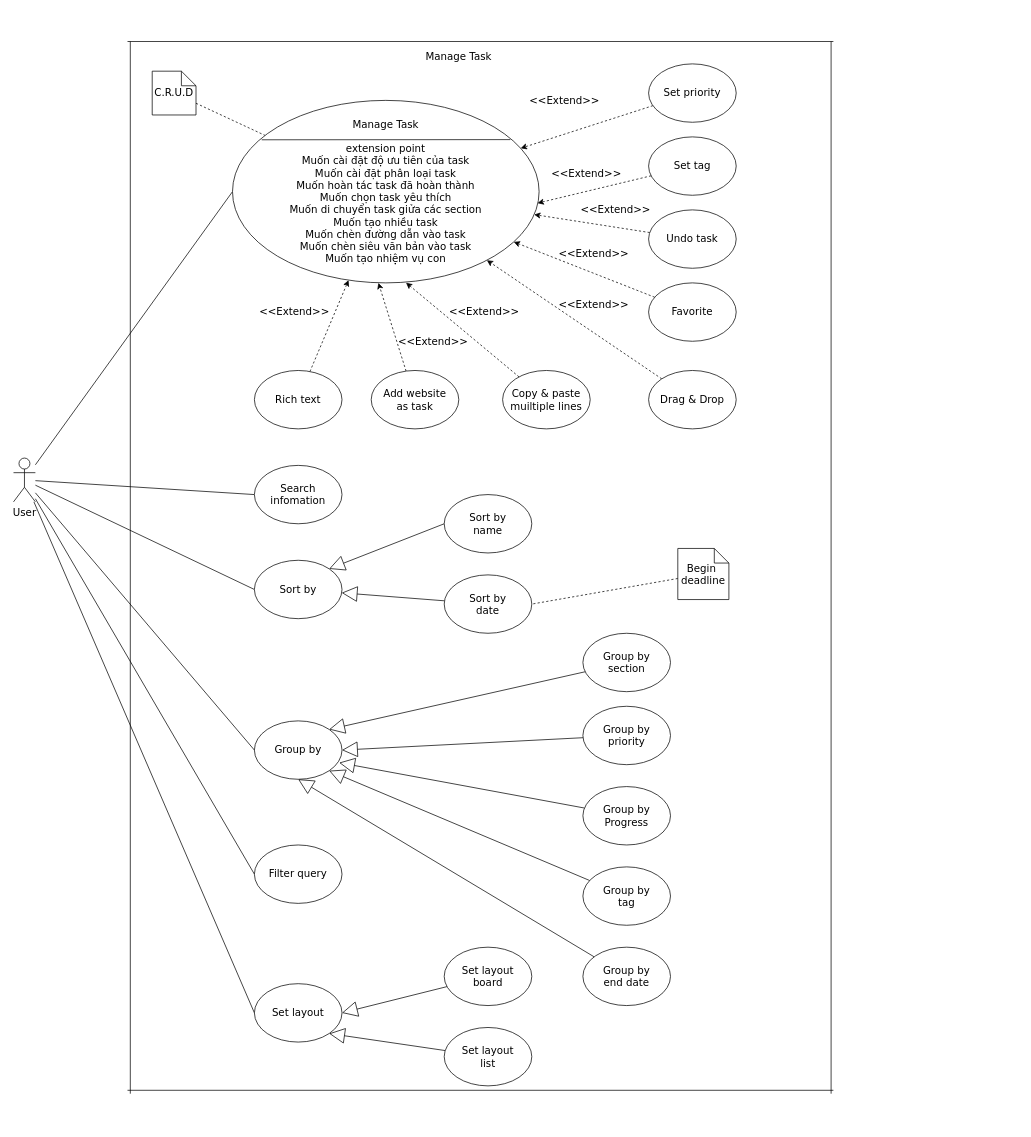
The draw.io diagram ToDoApp-Doc/Document/Diagram/UseCase/ManagementTask/ManagementTask UseCase.drawio in Merevoli-DatLuu/To-Do-App, before the edit. Source tidied: cells renumbered, new cells numbered last; positions are measured from the earlier drawing's top-left corner, leaving out a move shared by most shapes. Both pictures are drawn from the tidied source at 73%, with x=0, y=0 at pixel (-45, 42).
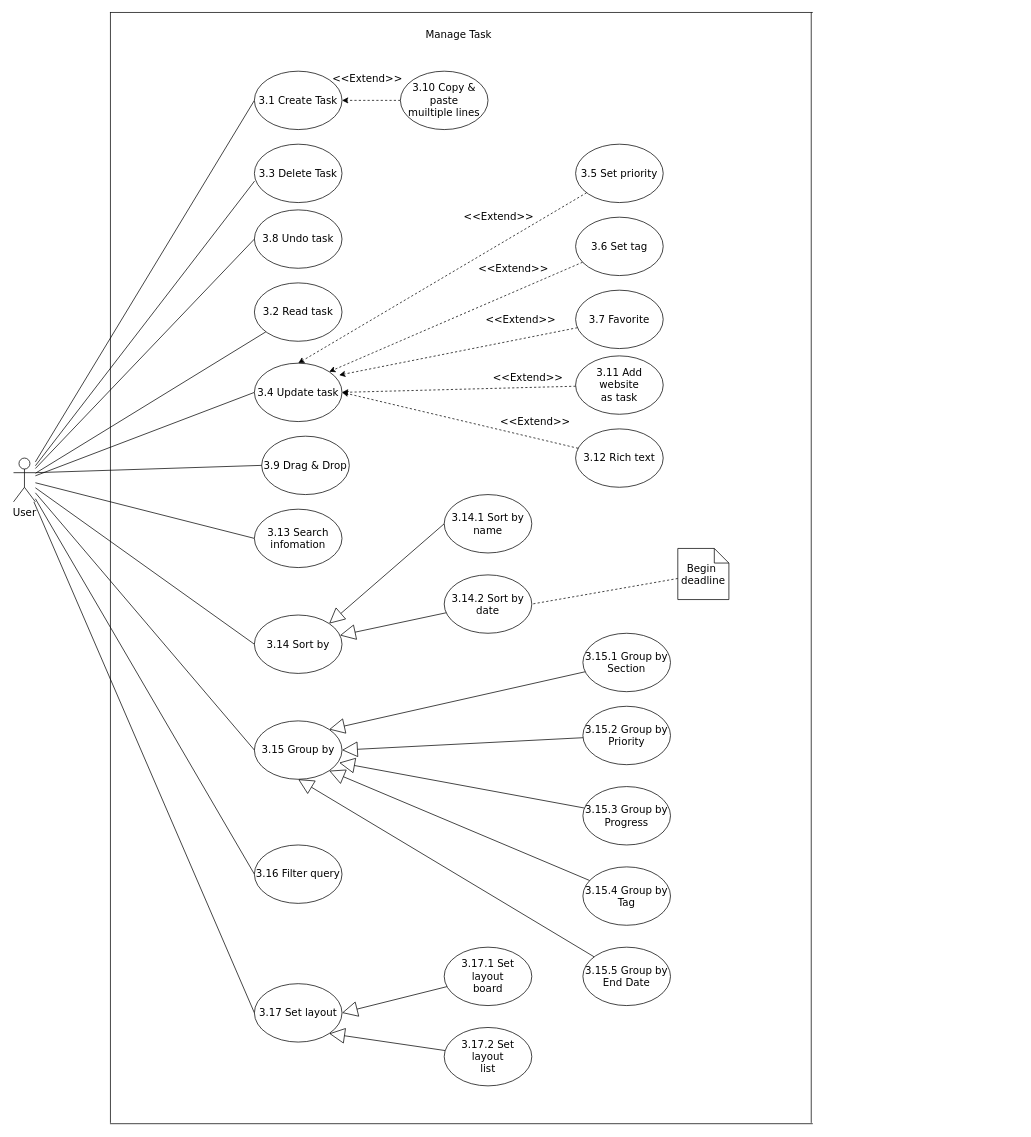
The same page after the edit.

Commit message (it also covers changes not shown here):
[Document, Modified] : ManagementTask UseCase Diagram

The change refers to these unchanged cells:
```xml
<mxCell id="8" value="User" style="shape=umlActor;verticalLabelPosition=bottom;verticalAlign=top;html=1;outlineConnect=0;fontSize=14;fontFamily=Verdana;" parent="1" vertex="1">
  <mxGeometry x="79" y="570" width="30" height="60" as="geometry" />
</mxCell>
```

The edit, as a diff of the source:
```diff
@@
-    <mxCell id="2" style="edgeStyle=none;rounded=0;jettySize=auto;html=1;entryX=0;entryY=0.5;entryDx=0;entryDy=0;endArrow=none;endFill=0;fontSize=14;fontFamily=Verdana;" parent="1" edge="1" source="8" target="14">
+    <mxCell id="2" style="edgeStyle=none;rounded=0;jettySize=auto;html=1;entryX=0;entryY=0.5;entryDx=0;entryDy=0;endArrow=none;endFill=0;fontSize=14;fontFamily=Verdana;" parent="1" edge="1" source="8" target="71">
       <mxGeometry relative="1" as="geometry" />
     </mxCell>
@@
+    <mxCell id="66" style="rounded=0;jettySize=auto;html=1;entryX=0.002;entryY=0.632;entryDx=0;entryDy=0;entryPerimeter=0;endArrow=none;endFill=0;" parent="1" edge="1" source="8" target="72">
+      <mxGeometry relative="1" as="geometry" />
+    </mxCell>
+    <mxCell id="67" style="edgeStyle=none;rounded=0;jettySize=auto;html=1;entryX=0;entryY=0.5;entryDx=0;entryDy=0;endArrow=none;endFill=0;" parent="1" edge="1" source="8" target="21">
+      <mxGeometry relative="1" as="geometry" />
+    </mxCell>
+    <mxCell id="68" style="edgeStyle=none;rounded=0;jettySize=auto;html=1;entryX=0;entryY=0.5;entryDx=0;entryDy=0;endArrow=none;endFill=0;" parent="1" edge="1" source="8" target="73">
+      <mxGeometry relative="1" as="geometry" />
+    </mxCell>
@@
-    <mxCell id="9" style="rounded=0;jettySize=auto;html=1;fontSize=14;endArrow=none;endFill=0;dashed=1;fontFamily=Verdana;" parent="1" edge="1" source="10" target="14">
-      <mxGeometry relative="1" as="geometry" />
-    </mxCell>
-    <mxCell id="10" value="C.R.U.D" style="shape=note;size=20;whiteSpace=wrap;html=1;fontSize=14;fontFamily=Verdana;" parent="1" vertex="1">
-      <mxGeometry x="269" y="40" width="60" height="60" as="geometry" />
-    </mxCell>
-    <mxCell id="11" style="shape=partialRectangle;whiteSpace=wrap;html=1;top=0;bottom=0;fillColor=none;fontSize=14;fontFamily=Verdana;" parent="1" vertex="1">
-      <mxGeometry x="239" width="960" height="1440" as="geometry" />
-    </mxCell>
-    <mxCell id="12" style="shape=partialRectangle;whiteSpace=wrap;html=1;top=0;bottom=0;fillColor=none;rotation=90;fontSize=14;fontFamily=Verdana;" parent="1" vertex="1">
-      <mxGeometry x="0.3" y="234.9" width="1436.7" height="965.6" as="geometry" />
-    </mxCell>
-    <mxCell id="13" style="group;fontFamily=Verdana;fontSize=14;" parent="1" vertex="1">
-      <mxGeometry x="379" y="80" width="420" height="250" as="geometry" />
-    </mxCell>
-    <mxCell id="14" value="Manage Task&lt;br style=&quot;font-size: 14px;&quot;&gt;&lt;br style=&quot;font-size: 14px;&quot;&gt;extension point&lt;br style=&quot;font-size: 14px;&quot;&gt;Muốn cài đặt độ ưu tiên của task&lt;br style=&quot;font-size: 14px;&quot;&gt;Muốn cài đặt phân loại task&lt;br style=&quot;font-size: 14px;&quot;&gt;Muốn hoàn tác task đã hoàn thành&lt;br style=&quot;font-size: 14px;&quot;&gt;Muốn chọn task yêu thích&lt;br style=&quot;font-size: 14px;&quot;&gt;Muốn di chuyển task giửa các section&lt;br style=&quot;font-size: 14px;&quot;&gt;Muốn tạo nhiều task&lt;br style=&quot;font-size: 14px;&quot;&gt;Muốn chèn đường dẫn vào task&lt;br style=&quot;font-size: 14px;&quot;&gt;Muốn chèn siêu văn bản vào task&lt;br style=&quot;font-size: 14px;&quot;&gt;Muốn tạo nhiệm vụ con" style="ellipse;whiteSpace=wrap;html=1;fontSize=14;fontFamily=Verdana;" parent="13" vertex="1">
-      <mxGeometry width="420" height="250" as="geometry" />
-    </mxCell>
-    <mxCell id="15" style="endArrow=none;html=1;entryX=0.906;entryY=0.215;entryDx=0;entryDy=0;entryPerimeter=0;fontSize=14;fontFamily=Verdana;" parent="13" edge="1" target="14">
-      <mxGeometry relative="1" as="geometry">
-        <mxPoint x="40" y="54" as="sourcePoint" />
-      </mxGeometry>
-    </mxCell>
-    <mxCell id="16" style="edgeStyle=none;rounded=0;jettySize=auto;html=1;dashed=1;endArrow=classic;endFill=1;fontSize=14;fontFamily=Verdana;" parent="1" edge="1" source="17" target="14">
+    <mxCell id="16" style="edgeStyle=none;rounded=0;jettySize=auto;html=1;dashed=1;endArrow=classic;endFill=1;fontSize=14;fontFamily=Verdana;entryX=0.5;entryY=0;entryDx=0;entryDy=0;" parent="1" edge="1" source="17" target="73">
       <mxGeometry relative="1" as="geometry" />
     </mxCell>
-    <mxCell id="17" value="Set priority" style="ellipse;whiteSpace=wrap;html=1;fontSize=14;fontFamily=Verdana;" parent="1" vertex="1">
-      <mxGeometry x="949" y="30" width="120" height="80" as="geometry" />
+    <mxCell id="17" value="3.5 Set priority" style="ellipse;whiteSpace=wrap;html=1;fontSize=14;fontFamily=Verdana;" parent="1" vertex="1">
+      <mxGeometry x="849" y="140" width="120" height="80" as="geometry" />
     </mxCell>
-    <mxCell id="18" style="edgeStyle=none;rounded=0;jettySize=auto;html=1;entryX=0.995;entryY=0.563;entryDx=0;entryDy=0;entryPerimeter=0;dashed=1;endArrow=classic;endFill=1;fontSize=14;fontFamily=Verdana;" parent="1" edge="1" source="19" target="14">
+    <mxCell id="18" style="edgeStyle=none;rounded=0;jettySize=auto;html=1;entryX=1;entryY=0;entryDx=0;entryDy=0;dashed=1;endArrow=classic;endFill=1;fontSize=14;fontFamily=Verdana;" parent="1" edge="1" source="19" target="73">
       <mxGeometry relative="1" as="geometry" />
     </mxCell>
-    <mxCell id="19" value="Set tag" style="ellipse;whiteSpace=wrap;html=1;fontSize=14;fontFamily=Verdana;" parent="1" vertex="1">
-      <mxGeometry x="949" y="130" width="120" height="80" as="geometry" />
+    <mxCell id="19" value="3.6 Set tag" style="ellipse;whiteSpace=wrap;html=1;fontSize=14;fontFamily=Verdana;" parent="1" vertex="1">
+      <mxGeometry x="849" y="240" width="120" height="80" as="geometry" />
     </mxCell>
-    <mxCell id="20" style="edgeStyle=none;rounded=0;jettySize=auto;html=1;dashed=1;endArrow=classic;endFill=1;fontSize=14;fontFamily=Verdana;" parent="1" edge="1" source="21" target="14">
-      <mxGeometry relative="1" as="geometry" />
-    </mxCell>
-    <mxCell id="21" value="Undo task" style="ellipse;whiteSpace=wrap;html=1;fontSize=14;fontFamily=Verdana;" parent="1" vertex="1">
-      <mxGeometry x="949" y="230" width="120" height="80" as="geometry" />
+    <mxCell id="21" value="3.8 Undo task" style="ellipse;whiteSpace=wrap;html=1;fontSize=14;fontFamily=Verdana;" parent="1" vertex="1">
+      <mxGeometry x="409" y="230" width="120" height="80" as="geometry" />
     </mxCell>
-    <mxCell id="22" style="edgeStyle=none;rounded=0;jettySize=auto;html=1;dashed=1;endArrow=classic;endFill=1;fontSize=14;fontFamily=Verdana;" parent="1" edge="1" source="23" target="14">
+    <mxCell id="22" style="edgeStyle=none;rounded=0;jettySize=auto;html=1;dashed=1;endArrow=classic;endFill=1;fontSize=14;fontFamily=Verdana;entryX=0.967;entryY=0.204;entryDx=0;entryDy=0;entryPerimeter=0;" parent="1" edge="1" source="23" target="73">
       <mxGeometry relative="1" as="geometry" />
     </mxCell>
-    <mxCell id="23" value="Favorite" style="ellipse;whiteSpace=wrap;html=1;fontSize=14;fontFamily=Verdana;" parent="1" vertex="1">
-      <mxGeometry x="949" y="330" width="120" height="80" as="geometry" />
+    <mxCell id="23" value="3.7 Favorite" style="ellipse;whiteSpace=wrap;html=1;fontSize=14;fontFamily=Verdana;" parent="1" vertex="1">
+      <mxGeometry x="849" y="340" width="120" height="80" as="geometry" />
     </mxCell>
-    <mxCell id="24" style="edgeStyle=none;rounded=0;jettySize=auto;html=1;dashed=1;endArrow=classic;endFill=1;fontSize=14;fontFamily=Verdana;" parent="1" edge="1" source="25" target="14">
-      <mxGeometry relative="1" as="geometry" />
-    </mxCell>
-    <mxCell id="25" value="Drag &amp;amp; Drop" style="ellipse;whiteSpace=wrap;html=1;fontSize=14;fontFamily=Verdana;" parent="1" vertex="1">
-      <mxGeometry x="949" y="450" width="120" height="80" as="geometry" />
+    <mxCell id="25" value="3.9 Drag &amp;amp; Drop" style="ellipse;whiteSpace=wrap;html=1;fontSize=14;fontFamily=Verdana;" parent="1" vertex="1">
+      <mxGeometry x="419" y="540" width="120" height="80" as="geometry" />
     </mxCell>
-    <mxCell id="26" style="edgeStyle=none;rounded=0;jettySize=auto;html=1;entryX=0.566;entryY=0.999;entryDx=0;entryDy=0;entryPerimeter=0;dashed=1;endArrow=classic;endFill=1;fontSize=14;fontFamily=Verdana;" parent="1" edge="1" source="27" target="14">
+    <mxCell id="26" style="edgeStyle=none;rounded=0;jettySize=auto;html=1;dashed=1;endArrow=classic;endFill=1;fontSize=14;fontFamily=Verdana;entryX=1;entryY=0.5;entryDx=0;entryDy=0;" parent="1" edge="1" source="27" target="71">
       <mxGeometry relative="1" as="geometry" />
     </mxCell>
-    <mxCell id="27" value="Copy &amp;amp; paste&lt;br style=&quot;font-size: 14px;&quot;&gt;muiltiple lines" style="ellipse;whiteSpace=wrap;html=1;fontSize=14;fontFamily=Verdana;" parent="1" vertex="1">
-      <mxGeometry x="749" y="450" width="120" height="80" as="geometry" />
+    <mxCell id="27" value="3.10 Copy &amp;amp; paste&lt;br style=&quot;font-size: 14px&quot;&gt;muiltiple lines" style="ellipse;whiteSpace=wrap;html=1;fontSize=14;fontFamily=Verdana;" parent="1" vertex="1">
+      <mxGeometry x="609" y="40" width="120" height="80" as="geometry" />
     </mxCell>
-    <mxCell id="28" style="edgeStyle=none;rounded=0;jettySize=auto;html=1;entryX=0.476;entryY=1;entryDx=0;entryDy=0;entryPerimeter=0;dashed=1;endArrow=classic;endFill=1;fontSize=14;fontFamily=Verdana;" parent="1" edge="1" source="29" target="14">
+    <mxCell id="28" style="edgeStyle=none;rounded=0;jettySize=auto;html=1;dashed=1;endArrow=classic;endFill=1;fontSize=14;fontFamily=Verdana;entryX=1;entryY=0.5;entryDx=0;entryDy=0;" parent="1" edge="1" source="29" target="73">
       <mxGeometry relative="1" as="geometry" />
     </mxCell>
-    <mxCell id="29" value="Add website&lt;br style=&quot;font-size: 14px;&quot;&gt;as task" style="ellipse;whiteSpace=wrap;html=1;fontSize=14;fontFamily=Verdana;" parent="1" vertex="1">
-      <mxGeometry x="569" y="450" width="120" height="80" as="geometry" />
+    <mxCell id="29" value="3.11 Add website&lt;br style=&quot;font-size: 14px&quot;&gt;as task" style="ellipse;whiteSpace=wrap;html=1;fontSize=14;fontFamily=Verdana;" parent="1" vertex="1">
+      <mxGeometry x="849" y="430" width="120" height="80" as="geometry" />
     </mxCell>
-    <mxCell id="30" style="edgeStyle=none;rounded=0;jettySize=auto;html=1;dashed=1;endArrow=classic;endFill=1;fontSize=14;fontFamily=Verdana;" parent="1" edge="1" source="31" target="14">
+    <mxCell id="30" style="edgeStyle=none;rounded=0;jettySize=auto;html=1;dashed=1;endArrow=classic;endFill=1;fontSize=14;fontFamily=Verdana;entryX=1;entryY=0.5;entryDx=0;entryDy=0;" parent="1" edge="1" source="31" target="73">
       <mxGeometry relative="1" as="geometry" />
     </mxCell>
-    <mxCell id="31" value="Rich text" style="ellipse;whiteSpace=wrap;html=1;fontSize=14;fontFamily=Verdana;" parent="1" vertex="1">
-      <mxGeometry x="409" y="450" width="120" height="80" as="geometry" />
+    <mxCell id="31" value="3.12 Rich text" style="ellipse;whiteSpace=wrap;html=1;fontSize=14;fontFamily=Verdana;" parent="1" vertex="1">
+      <mxGeometry x="849" y="530" width="120" height="80" as="geometry" />
     </mxCell>
-    <mxCell id="32" value="Search infomation" style="ellipse;whiteSpace=wrap;html=1;fontSize=14;fontFamily=Verdana;" parent="1" vertex="1">
-      <mxGeometry x="409" y="580" width="120" height="80" as="geometry" />
+    <mxCell id="32" value="3.13 Search infomation" style="ellipse;whiteSpace=wrap;html=1;fontSize=14;fontFamily=Verdana;" parent="1" vertex="1">
+      <mxGeometry x="409" y="640" width="120" height="80" as="geometry" />
     </mxCell>
@@
-    <mxCell id="34" value="Sort by" style="ellipse;whiteSpace=wrap;html=1;fontSize=14;fontFamily=Verdana;" parent="1" vertex="1">
-      <mxGeometry x="409" y="710" width="120" height="80" as="geometry" />
+    <mxCell id="34" value="3.14 Sort by" style="ellipse;whiteSpace=wrap;html=1;fontSize=14;fontFamily=Verdana;" parent="1" vertex="1">
+      <mxGeometry x="409" y="785" width="120" height="80" as="geometry" />
     </mxCell>
-    <mxCell id="35" value="Sort by&lt;br style=&quot;font-size: 14px;&quot;&gt;name" style="ellipse;whiteSpace=wrap;html=1;fontSize=14;fontFamily=Verdana;" parent="1" vertex="1">
+    <mxCell id="35" value="3.14.1 Sort by&lt;br style=&quot;font-size: 14px&quot;&gt;name" style="ellipse;whiteSpace=wrap;html=1;fontSize=14;fontFamily=Verdana;" parent="1" vertex="1">
       <mxGeometry x="669" y="620" width="120" height="80" as="geometry" />
     </mxCell>
-    <mxCell id="36" value="Group by" style="ellipse;whiteSpace=wrap;html=1;fontSize=14;fontFamily=Verdana;" parent="1" vertex="1">
+    <mxCell id="36" value="3.15 Group by" style="ellipse;whiteSpace=wrap;html=1;fontSize=14;fontFamily=Verdana;" parent="1" vertex="1">
       <mxGeometry x="409" y="930" width="120" height="80" as="geometry" />
     </mxCell>
@@
-    <mxCell id="38" value="Sort by&lt;br style=&quot;font-size: 14px;&quot;&gt;date" style="ellipse;whiteSpace=wrap;html=1;fontSize=14;fontFamily=Verdana;" parent="1" vertex="1">
+    <mxCell id="38" value="3.14.2 Sort by&lt;br style=&quot;font-size: 14px&quot;&gt;date" style="ellipse;whiteSpace=wrap;html=1;fontSize=14;fontFamily=Verdana;" parent="1" vertex="1">
       <mxGeometry x="669" y="730" width="120" height="80" as="geometry" />
     </mxCell>
@@
-    <mxCell id="40" value="Group by&lt;br style=&quot;font-size: 14px;&quot;&gt;section" style="ellipse;whiteSpace=wrap;html=1;fontSize=14;fontFamily=Verdana;" parent="1" vertex="1">
+    <mxCell id="40" value="3.15.1 Group by&lt;br style=&quot;font-size: 14px&quot;&gt;Section" style="ellipse;whiteSpace=wrap;html=1;fontSize=14;fontFamily=Verdana;" parent="1" vertex="1">
       <mxGeometry x="859" y="810" width="120" height="80" as="geometry" />
     </mxCell>
@@
-    <mxCell id="42" value="Group by&lt;br style=&quot;font-size: 14px;&quot;&gt;priority" style="ellipse;whiteSpace=wrap;html=1;fontSize=14;fontFamily=Verdana;" parent="1" vertex="1">
+    <mxCell id="42" value="3.15.2 Group by&lt;br style=&quot;font-size: 14px&quot;&gt;Priority" style="ellipse;whiteSpace=wrap;html=1;fontSize=14;fontFamily=Verdana;" parent="1" vertex="1">
       <mxGeometry x="859" y="910" width="120" height="80" as="geometry" />
     </mxCell>
@@
-    <mxCell id="44" value="Group by&lt;br style=&quot;font-size: 14px;&quot;&gt;Progress" style="ellipse;whiteSpace=wrap;html=1;fontSize=14;fontFamily=Verdana;" parent="1" vertex="1">
+    <mxCell id="44" value="3.15.3 Group by&lt;br style=&quot;font-size: 14px&quot;&gt;Progress" style="ellipse;whiteSpace=wrap;html=1;fontSize=14;fontFamily=Verdana;" parent="1" vertex="1">
       <mxGeometry x="859" y="1020" width="120" height="80" as="geometry" />
     </mxCell>
@@
-    <mxCell id="46" value="Group by&lt;br style=&quot;font-size: 14px;&quot;&gt;tag" style="ellipse;whiteSpace=wrap;html=1;fontSize=14;fontFamily=Verdana;" parent="1" vertex="1">
+    <mxCell id="46" value="3.15.4 Group by&lt;br style=&quot;font-size: 14px&quot;&gt;Tag" style="ellipse;whiteSpace=wrap;html=1;fontSize=14;fontFamily=Verdana;" parent="1" vertex="1">
       <mxGeometry x="859" y="1130" width="120" height="80" as="geometry" />
     </mxCell>
-    <mxCell id="47" value="Filter query" style="ellipse;whiteSpace=wrap;html=1;fontSize=14;fontFamily=Verdana;" parent="1" vertex="1">
+    <mxCell id="47" value="3.16 Filter query" style="ellipse;whiteSpace=wrap;html=1;fontSize=14;fontFamily=Verdana;" parent="1" vertex="1">
       <mxGeometry x="409" y="1100" width="120" height="80" as="geometry" />
     </mxCell>
-    <mxCell id="48" value="Set layout" style="ellipse;whiteSpace=wrap;html=1;fontSize=14;fontFamily=Verdana;" parent="1" vertex="1">
+    <mxCell id="48" value="3.17 Set layout" style="ellipse;whiteSpace=wrap;html=1;fontSize=14;fontFamily=Verdana;" parent="1" vertex="1">
       <mxGeometry x="409" y="1290" width="120" height="80" as="geometry" />
     </mxCell>
@@
-    <mxCell id="50" value="Set layout&lt;br style=&quot;font-size: 14px;&quot;&gt;board" style="ellipse;whiteSpace=wrap;html=1;fontSize=14;fontFamily=Verdana;" parent="1" vertex="1">
+    <mxCell id="50" value="3.17.1 Set layout&lt;br style=&quot;font-size: 14px&quot;&gt;board" style="ellipse;whiteSpace=wrap;html=1;fontSize=14;fontFamily=Verdana;" parent="1" vertex="1">
       <mxGeometry x="669" y="1240" width="120" height="80" as="geometry" />
     </mxCell>
@@
-    <mxCell id="52" value="Set layout&lt;br style=&quot;font-size: 14px;&quot;&gt;list" style="ellipse;whiteSpace=wrap;html=1;fontSize=14;fontFamily=Verdana;" parent="1" vertex="1">
+    <mxCell id="52" value="3.17.2 Set layout&lt;br style=&quot;font-size: 14px&quot;&gt;list" style="ellipse;whiteSpace=wrap;html=1;fontSize=14;fontFamily=Verdana;" parent="1" vertex="1">
       <mxGeometry x="669" y="1350" width="120" height="80" as="geometry" />
     </mxCell>
@@
-    <mxCell id="56" value="Group by&lt;br style=&quot;font-size: 14px;&quot;&gt;end date" style="ellipse;whiteSpace=wrap;html=1;fontSize=14;fontFamily=Verdana;" parent="1" vertex="1">
+    <mxCell id="56" value="3.15.5 Group by&lt;br style=&quot;font-size: 14px&quot;&gt;End Date" style="ellipse;whiteSpace=wrap;html=1;fontSize=14;fontFamily=Verdana;" parent="1" vertex="1">
       <mxGeometry x="859" y="1240" width="120" height="80" as="geometry" />
     </mxCell>
     <mxCell id="57" value="&amp;lt;&amp;lt;Extend&amp;gt;&amp;gt;" style="text;html=1;strokeColor=none;fillColor=none;align=center;verticalAlign=middle;whiteSpace=wrap;rounded=0;fontFamily=Verdana;fontSize=14;" parent="1" vertex="1">
-      <mxGeometry x="419" y="360" width="90" height="20" as="geometry" />
+      <mxGeometry x="749" y="510" width="90" height="20" as="geometry" />
     </mxCell>
     <mxCell id="58" value="&amp;lt;&amp;lt;Extend&amp;gt;&amp;gt;" style="text;html=1;strokeColor=none;fillColor=none;align=center;verticalAlign=middle;whiteSpace=wrap;rounded=0;fontFamily=Verdana;fontSize=14;" parent="1" vertex="1">
-      <mxGeometry x="609" y="400" width="90" height="20" as="geometry" />
+      <mxGeometry x="519" y="40" width="90" height="20" as="geometry" />
     </mxCell>
     <mxCell id="59" value="&amp;lt;&amp;lt;Extend&amp;gt;&amp;gt;" style="text;html=1;strokeColor=none;fillColor=none;align=center;verticalAlign=middle;whiteSpace=wrap;rounded=0;fontFamily=Verdana;fontSize=14;" parent="1" vertex="1">
-      <mxGeometry x="679" y="360" width="90" height="20" as="geometry" />
+      <mxGeometry x="729" y="370" width="90" height="20" as="geometry" />
     </mxCell>
     <mxCell id="60" value="&amp;lt;&amp;lt;Extend&amp;gt;&amp;gt;" style="text;html=1;strokeColor=none;fillColor=none;align=center;verticalAlign=middle;whiteSpace=wrap;rounded=0;fontFamily=Verdana;fontSize=14;" parent="1" vertex="1">
-      <mxGeometry x="789" y="70" width="90" height="20" as="geometry" />
+      <mxGeometry x="699" y="230" width="90" height="20" as="geometry" />
     </mxCell>
-    <mxCell id="61" value="&amp;lt;&amp;lt;Extend&amp;gt;&amp;gt;" style="text;html=1;strokeColor=none;fillColor=none;align=center;verticalAlign=middle;whiteSpace=wrap;rounded=0;fontFamily=Verdana;fontSize=14;" parent="1" vertex="1">
-      <mxGeometry x="829" y="350" width="90" height="20" as="geometry" />
-    </mxCell>
     <mxCell id="62" value="&amp;lt;&amp;lt;Extend&amp;gt;&amp;gt;" style="text;html=1;strokeColor=none;fillColor=none;align=center;verticalAlign=middle;whiteSpace=wrap;rounded=0;fontFamily=Verdana;fontSize=14;" parent="1" vertex="1">
-      <mxGeometry x="829" y="280" width="90" height="20" as="geometry" />
+      <mxGeometry x="739" y="450" width="90" height="20" as="geometry" />
     </mxCell>
-    <mxCell id="63" value="&amp;lt;&amp;lt;Extend&amp;gt;&amp;gt;" style="text;html=1;strokeColor=none;fillColor=none;align=center;verticalAlign=middle;whiteSpace=wrap;rounded=0;fontFamily=Verdana;fontSize=14;" parent="1" vertex="1">
-      <mxGeometry x="859" y="220" width="90" height="20" as="geometry" />
-    </mxCell>
     <mxCell id="64" value="&amp;lt;&amp;lt;Extend&amp;gt;&amp;gt;" style="text;html=1;strokeColor=none;fillColor=none;align=center;verticalAlign=middle;whiteSpace=wrap;rounded=0;fontFamily=Verdana;fontSize=14;" parent="1" vertex="1">
-      <mxGeometry x="819" y="170" width="90" height="20" as="geometry" />
+      <mxGeometry x="719" y="300" width="90" height="20" as="geometry" />
     </mxCell>
     <mxCell id="65" value="Manage Task" style="text;html=1;strokeColor=none;fillColor=none;align=center;verticalAlign=middle;whiteSpace=wrap;rounded=0;fontFamily=Verdana;fontSize=14;" parent="1" vertex="1">
-      <mxGeometry x="629" y="10" width="120" height="20" as="geometry" />
+      <mxGeometry x="629" y="-20" width="120" height="20" as="geometry" />
     </mxCell>
+    <mxCell id="69" style="group;" parent="1" vertex="1">
+      <mxGeometry x="209" y="-40" width="1247.4" height="1520" as="geometry" />
+    </mxCell>
+    <mxCell id="11" style="shape=partialRectangle;whiteSpace=wrap;html=1;top=0;bottom=0;fillColor=none;fontSize=14;fontFamily=Verdana;" parent="69" vertex="1">
+      <mxGeometry x="2.8" width="960" height="1520" as="geometry" />
+    </mxCell>
+    <mxCell id="12" style="shape=partialRectangle;whiteSpace=wrap;html=1;top=0;bottom=0;fillColor=none;rotation=90;fontSize=14;fontFamily=Verdana;" parent="69" vertex="1">
+      <mxGeometry x="-277.6" y="280" width="1522.2" height="961.4" as="geometry" />
+    </mxCell>
+    <mxCell id="70" style="edgeStyle=none;rounded=0;jettySize=auto;html=1;entryX=0;entryY=0.5;entryDx=0;entryDy=0;endArrow=none;endFill=0;fontSize=14;fontFamily=Verdana;exitX=1;exitY=0.3333333333333333;exitDx=0;exitDy=0;exitPerimeter=0;" parent="1" edge="1" source="8" target="25">
+      <mxGeometry relative="1" as="geometry" />
+    </mxCell>
+    <mxCell id="71" value="3.1 Create Task" style="ellipse;whiteSpace=wrap;html=1;fontSize=14;fontFamily=Verdana;" parent="1" vertex="1">
+      <mxGeometry x="409" y="40" width="120" height="80" as="geometry" />
+    </mxCell>
+    <mxCell id="72" value="3.3 Delete Task" style="ellipse;whiteSpace=wrap;html=1;fontSize=14;fontFamily=Verdana;" parent="1" vertex="1">
+      <mxGeometry x="409" y="140" width="120" height="80" as="geometry" />
+    </mxCell>
+    <mxCell id="73" value="3.4 Update task" style="ellipse;whiteSpace=wrap;html=1;fontSize=14;fontFamily=Verdana;" parent="1" vertex="1">
+      <mxGeometry x="409" y="440" width="120" height="80" as="geometry" />
+    </mxCell>
+    <mxCell id="74" style="edgeStyle=none;rounded=0;jettySize=auto;html=1;endArrow=none;endFill=0;" parent="1" edge="1" source="75" target="8">
+      <mxGeometry relative="1" as="geometry" />
+    </mxCell>
+    <mxCell id="75" value="3.2 Read task" style="ellipse;whiteSpace=wrap;html=1;fontSize=14;fontFamily=Verdana;" parent="1" vertex="1">
+      <mxGeometry x="409" y="330" width="120" height="80" as="geometry" />
+    </mxCell>
```
